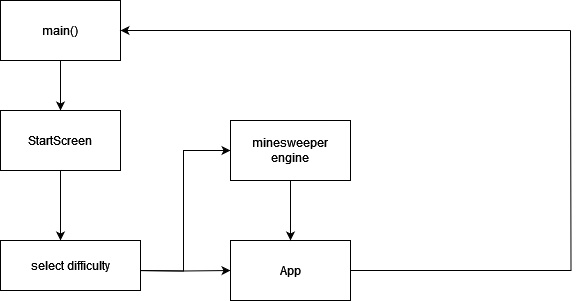
This is presentation/minesweeper_flowchart.drawio.png from ashkakrist/Minesweeper, a draw.io export, as it was before one commit. Source tidied: cells renumbered, new cells last; positions are measured from the earlier drawing's top-left corner, leaving out a move shared by most shapes.
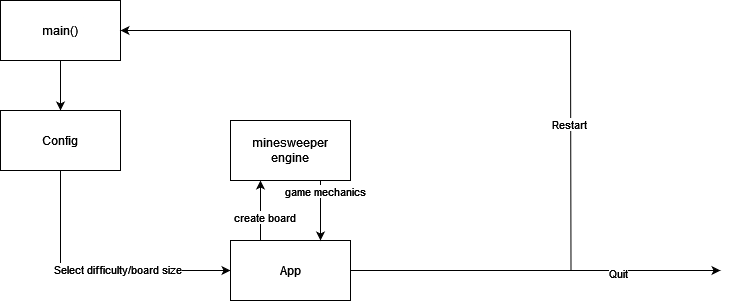
After the commit.

What changed in the source:
```diff
@@ -8,35 +8,50 @@
     <mxCell id="3" value="main()" style="rounded=0;whiteSpace=wrap;html=1;" parent="1" vertex="1">
       <mxGeometry width="120" height="60" as="geometry" />
     </mxCell>
-    <mxCell id="4" style="edgeStyle=orthogonalEdgeStyle;rounded=0;jettySize=auto;html=1;exitX=0.5;exitY=1;exitDx=0;exitDy=0;entryX=0.5;entryY=0;entryDx=0;entryDy=0;" parent="1" edge="1" source="5">
-      <mxGeometry relative="1" as="geometry">
-        <mxPoint x="60" y="240" as="targetPoint" />
-      </mxGeometry>
+    <mxCell id="4" value="/" style="edgeStyle=orthogonalEdgeStyle;rounded=0;jettySize=auto;html=1;exitX=0.5;exitY=1;exitDx=0;exitDy=0;entryX=0;entryY=0.5;entryDx=0;entryDy=0;" parent="1" edge="1" source="5" target="9">
+      <mxGeometry relative="1" as="geometry" />
     </mxCell>
+    <mxCell id="14" value="Select difficulty/board size" style="edgeLabel;html=1;align=center;verticalAlign=middle;" parent="4" vertex="1">
+      <mxGeometry x="0.16" y="2" relative="1" as="geometry" />
+    </mxCell>
-    <mxCell id="5" value="StartScreen" style="rounded=0;whiteSpace=wrap;html=1;" parent="1" vertex="1">
+    <mxCell id="5" value="Config" style="rounded=0;whiteSpace=wrap;html=1;" parent="1" vertex="1">
       <mxGeometry y="110" width="120" height="60" as="geometry" />
     </mxCell>
-    <mxCell id="6" style="edgeStyle=orthogonalEdgeStyle;rounded=0;jettySize=auto;html=1;entryX=0;entryY=0.5;entryDx=0;entryDy=0;" parent="1" edge="1" target="11">
-      <mxGeometry relative="1" as="geometry">
-        <mxPoint x="135" y="270" as="sourcePoint" />
-      </mxGeometry>
-    </mxCell>
-    <mxCell id="7" style="edgeStyle=orthogonalEdgeStyle;rounded=0;jettySize=auto;html=1;entryX=0;entryY=0.5;entryDx=0;entryDy=0;" parent="1" edge="1" target="9">
-      <mxGeometry relative="1" as="geometry">
-        <mxPoint x="135" y="270" as="sourcePoint" />
-      </mxGeometry>
-    </mxCell>
     <mxCell id="8" style="edgeStyle=orthogonalEdgeStyle;rounded=0;jettySize=auto;html=1;endArrow=none;endFill=0;" parent="1" edge="1" source="9">
       <mxGeometry relative="1" as="geometry">
         <mxPoint x="570" y="30" as="targetPoint" />
       </mxGeometry>
     </mxCell>
+    <mxCell id="15" value="Restart" style="edgeLabel;html=1;align=center;verticalAlign=middle;" parent="8" vertex="1">
+      <mxGeometry x="0.59" y="2" relative="1" as="geometry" />
+    </mxCell>
+    <mxCell id="16" style="edgeStyle=orthogonalEdgeStyle;rounded=0;jettySize=auto;html=1;exitX=0.25;exitY=0;exitDx=0;exitDy=0;entryX=0.25;entryY=1;entryDx=0;entryDy=0;" parent="1" edge="1" source="9" target="11">
+      <mxGeometry relative="1" as="geometry" />
+    </mxCell>
+    <mxCell id="17" value="create board" style="edgeLabel;html=1;align=center;verticalAlign=middle;" parent="16" vertex="1">
+      <mxGeometry x="-0.2" y="-3" relative="1" as="geometry" />
+    </mxCell>
+    <mxCell id="18" style="edgeStyle=orthogonalEdgeStyle;rounded=0;jettySize=auto;html=1;exitX=1;exitY=0.5;exitDx=0;exitDy=0;" parent="1" edge="1" source="9">
+      <mxGeometry relative="1" as="geometry">
+        <mxPoint x="720" y="270" as="targetPoint" />
+      </mxGeometry>
+    </mxCell>
+    <mxCell id="19" value="Quit" style="edgeLabel;html=1;align=center;verticalAlign=middle;" parent="18" vertex="1">
+      <mxGeometry x="0.45" y="-2" relative="1" as="geometry">
+        <mxPoint x="-1" as="offset" />
+      </mxGeometry>
+    </mxCell>
     <mxCell id="9" value="App" style="whiteSpace=wrap;html=1;" parent="1" vertex="1">
       <mxGeometry x="230" y="240" width="120" height="60" as="geometry" />
     </mxCell>
-    <mxCell id="10" style="edgeStyle=orthogonalEdgeStyle;rounded=0;jettySize=auto;html=1;exitX=0.5;exitY=1;exitDx=0;exitDy=0;entryX=0.5;entryY=0;entryDx=0;entryDy=0;" parent="1" edge="1" source="11" target="9">
+    <mxCell id="10" style="edgeStyle=orthogonalEdgeStyle;rounded=0;jettySize=auto;html=1;exitX=0.75;exitY=1;exitDx=0;exitDy=0;entryX=0.75;entryY=0;entryDx=0;entryDy=0;" parent="1" edge="1" source="11" target="9">
       <mxGeometry relative="1" as="geometry" />
     </mxCell>
+    <mxCell id="20" value="game mechanics" style="edgeLabel;html=1;align=center;verticalAlign=middle;" parent="10" vertex="1">
+      <mxGeometry x="0.17" y="4" relative="1" as="geometry">
+        <mxPoint y="-25" as="offset" />
+      </mxGeometry>
+    </mxCell>
     <mxCell id="11" value="&lt;div&gt;minesweeper&lt;/div&gt;&lt;div&gt;engine&lt;br&gt;&lt;/div&gt;" style="rounded=0;whiteSpace=wrap;html=1;" parent="1" vertex="1">
       <mxGeometry x="230" y="120" width="120" height="60" as="geometry" />
     </mxCell>
@@ -45,8 +60,5 @@
         <mxPoint x="570" y="30" as="sourcePoint" />
       </mxGeometry>
     </mxCell>
-    <mxCell id="13" value="select difficulty" style="html=1;whiteSpace=wrap;" parent="1" vertex="1">
-      <mxGeometry y="240" width="140" height="50" as="geometry" />
-    </mxCell>
   </root>
 </mxGraphModel>
```
